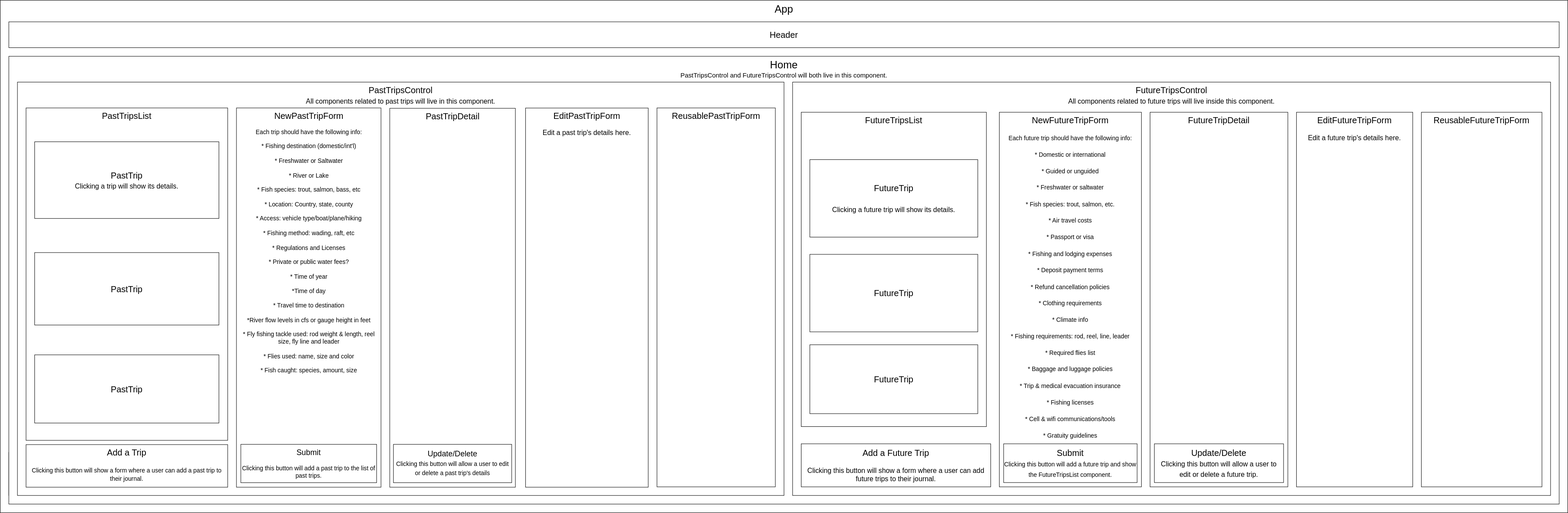
brianscherner/fly-fishing-journal keeps this draw.io diagram as capstone-diagram.drawio.svg. Above is the earlier version. Source tidied: cells renumbered, new cells last; positions are measured from the earlier drawing's top-left corner, leaving out a move shared by most shapes.
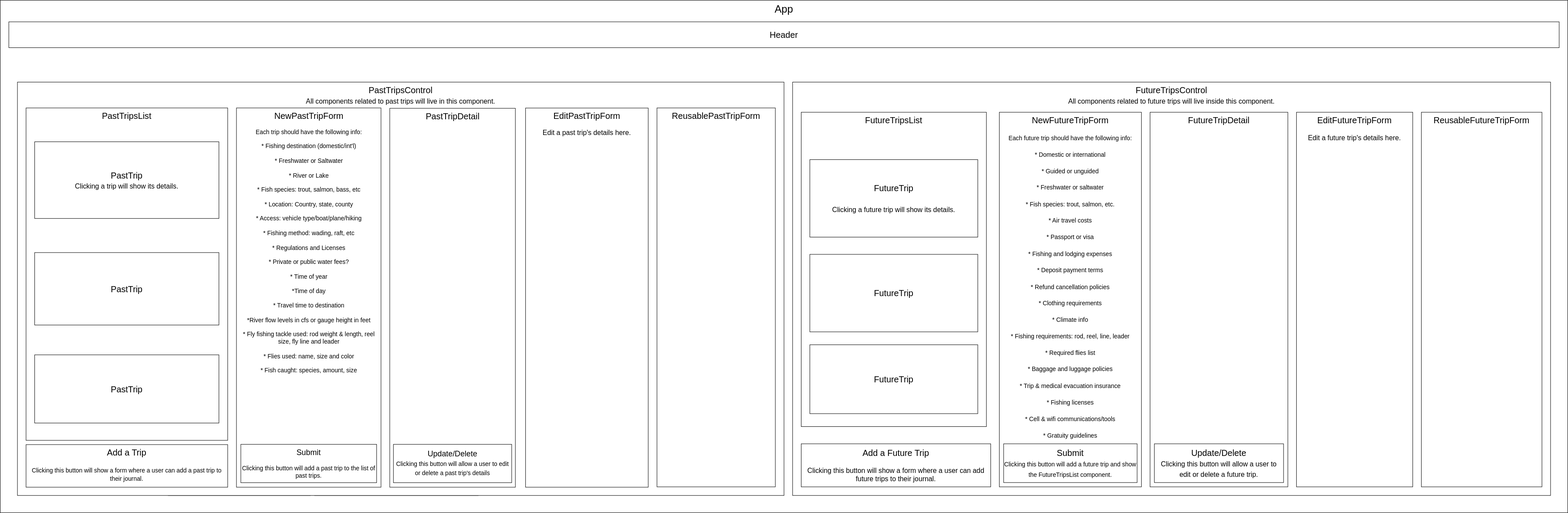
After the commit.

Commit message:
Alter formatting of past trips list, form and routing of application.

Diff of the diagram source:
```diff
@@ -8,15 +8,6 @@
     <mxCell id="3" value="&lt;font style=&quot;font-size: 20px;&quot;&gt;Header&lt;/font&gt;" style="rounded=0;whiteSpace=wrap;html=1;" parent="1" vertex="1">
       <mxGeometry x="20" y="50" width="3600" height="60" as="geometry" />
     </mxCell>
-    <mxCell id="4" value="PastTrip" style="rounded=0;whiteSpace=wrap;html=1;fontSize=20;" parent="1" vertex="1">
-      <mxGeometry x="30" y="580" width="340" height="170" as="geometry" />
-    </mxCell>
-    <mxCell id="5" value="PastTrip" style="rounded=0;whiteSpace=wrap;html=1;fontSize=20;" parent="1" vertex="1">
-      <mxGeometry x="30" y="800" width="340" height="160" as="geometry" />
-    </mxCell>
-    <mxCell id="6" value="&lt;font style=&quot;&quot;&gt;&lt;span style=&quot;font-size: 20px;&quot;&gt;Add a Trip&lt;/span&gt;&lt;br&gt;&lt;br&gt;&lt;font style=&quot;font-size: 14px;&quot;&gt;Clicking this button will show a form where a user can add a past trip to their journal.&lt;/font&gt;&lt;br&gt;&lt;/font&gt;" style="rounded=0;whiteSpace=wrap;html=1;fontSize=16;verticalAlign=top;" parent="1" vertex="1">
-      <mxGeometry x="20" y="1050" width="360" height="100" as="geometry" />
-    </mxCell>
     <mxCell id="7" value="&lt;font style=&quot;&quot;&gt;&lt;span style=&quot;font-size: 20px;&quot;&gt;NewPastTripForm&lt;br&gt;&lt;/span&gt;&lt;br&gt;&lt;font style=&quot;font-size: 14px;&quot;&gt;Each trip should have the following info:&lt;br&gt;&lt;br&gt;&lt;/font&gt;* Fishing destination (domestic/int'l)&lt;br&gt;&lt;br&gt;* Freshwater or Saltwater&lt;br&gt;&lt;br&gt;* River or Lake&lt;br&gt;&lt;br&gt;* Fish species: trout, salmon, bass, etc&lt;br&gt;&lt;br&gt;* Location: Country, state, county&lt;br&gt;&lt;br&gt;* Access: vehicle type/boat/plane/hiking&lt;br&gt;&lt;br&gt;* Fishing method: wading, raft, etc&lt;br&gt;&lt;br&gt;* Regulations and Licenses&lt;br&gt;&lt;br&gt;* Private or public water fees?&lt;br&gt;&lt;br&gt;* Time of year&lt;br&gt;&lt;br&gt;*Time of day&lt;br&gt;&lt;br&gt;* Travel time to destination&lt;br&gt;&lt;br&gt;*River flow levels in cfs or gauge height in feet&lt;br&gt;&lt;br&gt;* Fly fishing tackle used: rod weight &amp;amp; length, reel size, fly line and leader&lt;br&gt;&lt;br&gt;* Flies used: name, size and color&lt;br&gt;&lt;br&gt;* Fish caught: species, amount, size&lt;br&gt;&lt;/font&gt;" style="rounded=0;whiteSpace=wrap;html=1;fontSize=14;verticalAlign=top;" parent="1" vertex="1">
       <mxGeometry x="390" y="260" width="330" height="890" as="geometry" />
     </mxCell>
@@ -29,9 +20,6 @@
     <mxCell id="10" value="Update/Delete&amp;nbsp;&lt;br&gt;&lt;font style=&quot;font-size: 14px;&quot;&gt;Clicking this button allows user to update or delete a past trip.&lt;/font&gt;" style="rounded=0;whiteSpace=wrap;html=1;fontSize=20;" parent="1" vertex="1">
       <mxGeometry x="740" y="1050" width="360" height="90" as="geometry" />
     </mxCell>
-    <mxCell id="11" value="&lt;font style=&quot;&quot;&gt;&lt;span style=&quot;font-size: 24px;&quot;&gt;Home&lt;/span&gt;&lt;br&gt;&lt;font style=&quot;font-size: 15px;&quot;&gt;PastTripsControl and FutureTripsControl will both live in this component.&lt;/font&gt;&lt;br&gt;&lt;/font&gt;" style="rounded=0;whiteSpace=wrap;html=1;fontSize=14;verticalAlign=top;" parent="1" vertex="1">
-      <mxGeometry x="20" y="130" width="3600" height="1040" as="geometry" />
-    </mxCell>
     <mxCell id="12" value="PastTripsControl&lt;br&gt;&lt;font style=&quot;font-size: 16px;&quot;&gt;All components related to past trips will live in this component.&lt;/font&gt;" style="rounded=0;whiteSpace=wrap;html=1;fontSize=20;verticalAlign=top;" parent="1" vertex="1">
       <mxGeometry x="40" y="190" width="1780" height="960" as="geometry" />
     </mxCell>
```
